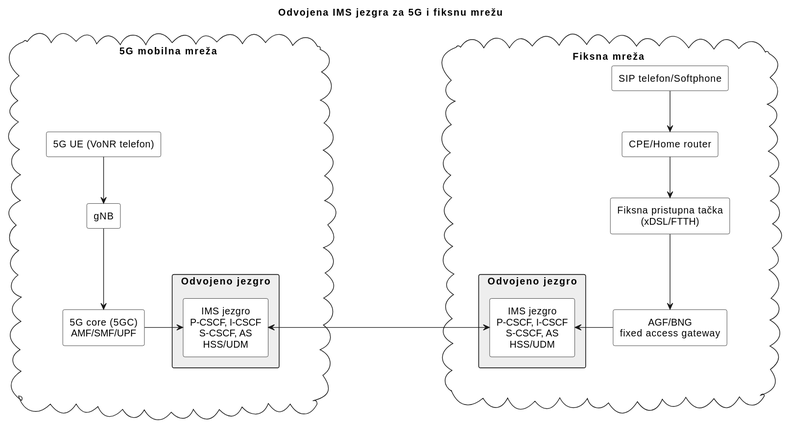
ZakiraZaza/SSMTK_FMC_VoNR_IMS_5G keeps this PlantUML diagram as assets/diagrams/plantuml/images/separate_ims_cores_for_5G_and_fixed_network.svg. Above is the earlier version.
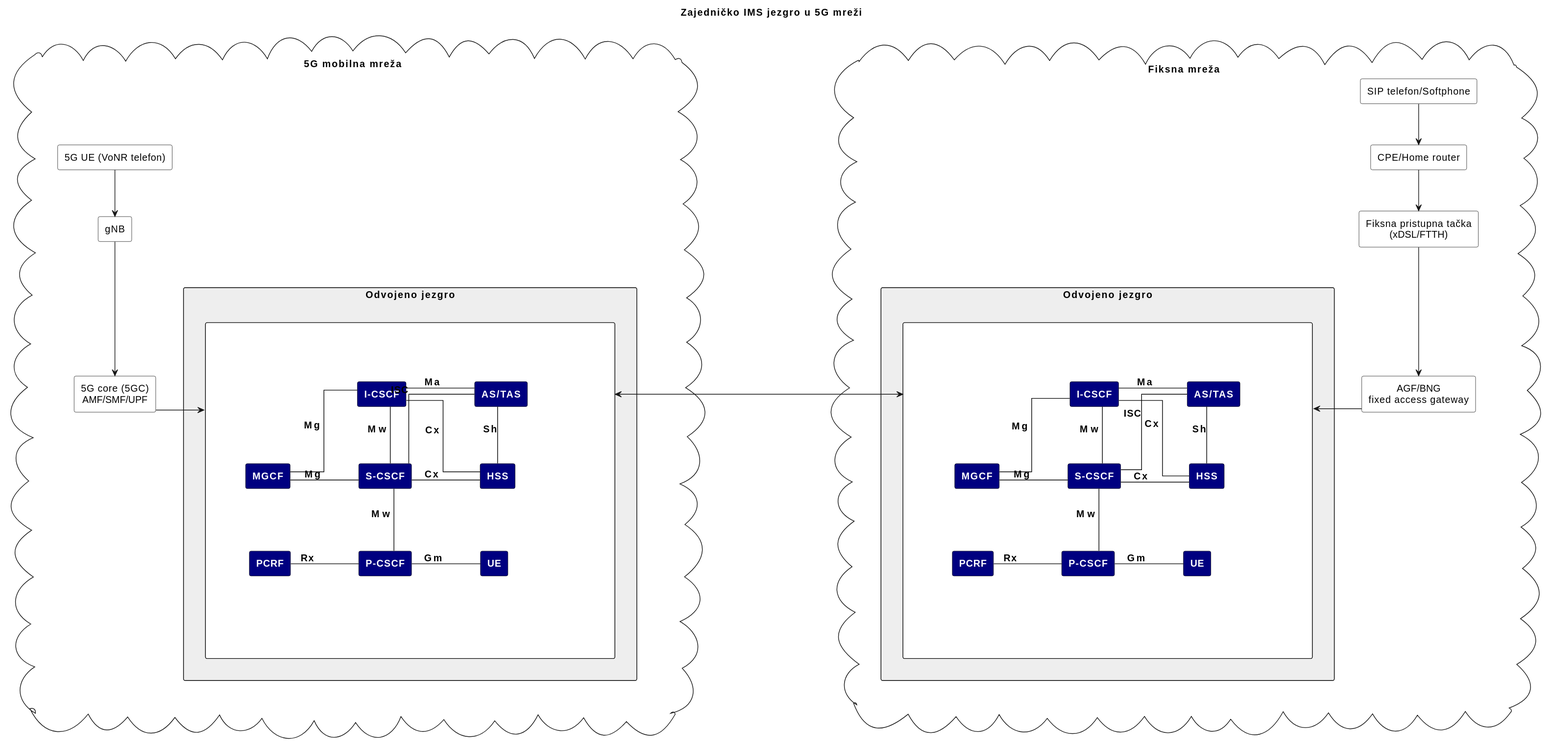
After the commit.

The edit, as a diff of the source:
```diff
@@ -1,7 +1,10 @@
 @startuml
+set separator .
 top to bottom direction
-hide <<hidden>> stereotype
-hide <<core>> stereotype
+hide stereotype
+skinparam linetype ortho
+
+title "Zajedničko IMS jezgro u 5G mreži"
 
 <style>
 rectangle {
@@ -11,8 +14,16 @@
     BackgroundColor transparent
     FontColor transparent
   }
+  .hidden_font {
+    FontColor transparent
+  }
   .core {
     BackgroundColor #EEEEEE
+  }
+  .ims {
+    BackgroundColor navy
+    FontColor white
+    FontStyle bold
   }
 }
 </style>
@@ -22,30 +33,101 @@
   BorderColor<<hidden>> transparent
 }
 
-skinparam linetype ortho
-
-title "Odvojena IMS jezgra za 5G i fiksnu mrežu"
-
 cloud "5G mobilna mreža" as "cloud_1" {
-  rectangle "0" <<hidden>>
+  rectangle "0"<<hidden>>
   rectangle "5G UE (VoNR telefon)" as 1
   rectangle "gNB" as 2
   rectangle "_1"<<hidden>> {
-    rectangle "_2"<<hidden>> {
+    rectangle "_1"<<hidden>> {
       rectangle "5G core (5GC)\nAMF/SMF/UPF" as 3
     }
-    rectangle "Odvojeno jezgro" <<core>> as "sc_1" {
-      rectangle "IMS jezgro\nP-CSCF, I-CSCF\nS-CSCF, AS\nHSS/UDM" as 4_1
+    rectangle "Odvojeno jezgro" <<core>> as odvojeno_jezgro {
+    skinparam NodeSep 100
+      rectangle "_1" <<hidden_font>> as 4 {
+        rectangle "_1"<<hidden>> {
+          rectangle "_1" <<hidden>> {
+
+          }
+          rectangle "I-CSCF" <<ims>> as "_2" {
+
+          }
+          rectangle "AS/TAS" <<ims>> as "_3" {
+
+          }
+        }
+        rectangle "_2"<<hidden>> {
+          rectangle "MGCF" <<ims>> as "_1" {
+
+          }
+          rectangle "S-CSCF" <<ims>> as "_2" {
+
+          }
+          rectangle "HSS" <<ims>> as "_3" {
+
+          }
+        }
+        rectangle "_3"<<hidden>> {
+          rectangle "PCRF" <<ims>> as "_1" {
+
+          }
+          rectangle "P-CSCF" <<ims>> as "_2" {
+
+          }
+          rectangle "UE" <<ims>> as "_3" {
+
+          }
+        }
+        rectangle "_4"<<hidden>> {
+        }
+      }
     }
+
   }
 }
 
 cloud "Fiksna mreža" as "cloud_2" {
-  rectangle "_4"<<hidden>> {
-    rectangle "Odvojeno jezgro" <<core>> as "sc_2" {
-      rectangle "IMS jezgro\nP-CSCF, I-CSCF\nS-CSCF, AS\nHSS/UDM" as 4_2
+  rectangle "_1"<<hidden>> {
+      rectangle "Odvojeno jezgro" <<core>> as odvojeno_jezgro {
+      skinparam NodeSep 100
+      rectangle "_1" <<hidden_font>> as 4 {
+        rectangle "_1"<<hidden>> {
+          rectangle "_1" <<hidden>> {
+
+          }
+          rectangle "I-CSCF" <<ims>> as "_2" {
+
+          }
+          rectangle "AS/TAS" <<ims>> as "_3" {
+
+          }
+        }
+        rectangle "_2"<<hidden>> {
+          rectangle "MGCF" <<ims>> as "_1" {
+
+          }
+          rectangle "S-CSCF" <<ims>> as "_2" {
+
+          }
+          rectangle "HSS" <<ims>> as "_3" {
+
+          }
+        }
+        rectangle "_3"<<hidden>> {
+          rectangle "PCRF" <<ims>> as "_1" {
+
+          }
+          rectangle "P-CSCF" <<ims>> as "_2" {
+
+          }
+          rectangle "UE" <<ims>> as "_3" {
+
+          }
+        }
+        rectangle "_4"<<hidden>> {
+        }
+      }
     }
-    rectangle "_5"<<hidden>> {
+    rectangle "_1"<<hidden>> {
       rectangle "AGF/BNG\nfixed access gateway" as 5
     }
   }
@@ -62,10 +144,52 @@
 0 -[hidden]down-> 1
 1 -down-> 2
 2 -down-> 3
-3 -right-> 4_1
-4_1 <-right-> 4_2
-4_2 <-right- 5
+3 -right-> cloud_1._1.odvojeno_jezgro.4
+cloud_1._1.odvojeno_jezgro.4 <-right-> cloud_2._1.odvojeno_jezgro.4
+cloud_2._1.odvojeno_jezgro.4 <-right- 5
 5 <-up- 6
 6 <-up- 7
 7 <-up- 8
+skinparam {
+  ArrowThickness 1
+  ArrowColor black
+  ArrowFontColor black
+  ArrowFontSize 14
+  ArrowFontStyle bold
+}
+
+cloud_1._1.odvojeno_jezgro.4._1._2 -[hidden]down-> cloud_1._1.odvojeno_jezgro.4._2._2
+cloud_1._1.odvojeno_jezgro.4._2._2 -[hidden]down-> cloud_1._1.odvojeno_jezgro.4._3._2
+cloud_1._1.odvojeno_jezgro.4._3 -[hidden]down-> cloud_1._1.odvojeno_jezgro.4._4
+cloud_1._1.odvojeno_jezgro.4._1._1 -[hidden]right-> cloud_1._1.odvojeno_jezgro.4._1._2
+cloud_1._1.odvojeno_jezgro.4._1._2 -right- cloud_1._1.odvojeno_jezgro.4._1._3: "Ma"
+cloud_1._1.odvojeno_jezgro.4._1._2 -left- cloud_1._1.odvojeno_jezgro.4._2._1: "Mg "
+cloud_1._1.odvojeno_jezgro.4._1._2 -down- cloud_1._1.odvojeno_jezgro.4._2._2: "Mw "
+cloud_1._1.odvojeno_jezgro.4._1._2 -right- cloud_1._1.odvojeno_jezgro.4._2._3: "Cx "
+cloud_1._1.odvojeno_jezgro.4._1._3 -down- cloud_1._1.odvojeno_jezgro.4._2._2: "ISC"
+cloud_1._1.odvojeno_jezgro.4._1._3 -down- cloud_1._1.odvojeno_jezgro.4._2._3: "Sh"
+
+cloud_1._1.odvojeno_jezgro.4._2._1 -right- cloud_1._1.odvojeno_jezgro.4._2._2: "Mg "
+cloud_1._1.odvojeno_jezgro.4._2._2 -right- cloud_1._1.odvojeno_jezgro.4._2._3: "Cx  "
+cloud_1._1.odvojeno_jezgro.4._2._2 -down- cloud_1._1.odvojeno_jezgro.4._3._2: "Mw "
+
+cloud_1._1.odvojeno_jezgro.4._3._1 -right- cloud_1._1.odvojeno_jezgro.4._3._2: " Rx   "
+cloud_1._1.odvojeno_jezgro.4._3._2 -right- cloud_1._1.odvojeno_jezgro.4._3._3: "Gm "
+cloud_2._1.odvojeno_jezgro.4._1._2 -[hidden]down-> cloud_2._1.odvojeno_jezgro.4._2._2
+cloud_2._1.odvojeno_jezgro.4._2._2 -[hidden]down-> cloud_2._1.odvojeno_jezgro.4._3._2
+cloud_2._1.odvojeno_jezgro.4._3 -[hidden]down-> cloud_2._1.odvojeno_jezgro.4._4
+cloud_2._1.odvojeno_jezgro.4._1._1 -[hidden]right-> cloud_2._1.odvojeno_jezgro.4._1._2
+cloud_2._1.odvojeno_jezgro.4._1._2 -right- cloud_2._1.odvojeno_jezgro.4._1._3: "Ma"
+cloud_2._1.odvojeno_jezgro.4._1._2 -left- cloud_2._1.odvojeno_jezgro.4._2._1: "Mg "
+cloud_2._1.odvojeno_jezgro.4._1._2 -down- cloud_2._1.odvojeno_jezgro.4._2._2: "Mw "
+cloud_2._1.odvojeno_jezgro.4._1._2 -right- cloud_2._1.odvojeno_jezgro.4._2._3: "Cx "
+cloud_2._1.odvojeno_jezgro.4._1._3 -down- cloud_2._1.odvojeno_jezgro.4._2._2: "ISC"
+cloud_2._1.odvojeno_jezgro.4._1._3 -down- cloud_2._1.odvojeno_jezgro.4._2._3: "Sh"
+
+cloud_2._1.odvojeno_jezgro.4._2._1 -right- cloud_2._1.odvojeno_jezgro.4._2._2: "Mg "
+cloud_2._1.odvojeno_jezgro.4._2._2 -right- cloud_2._1.odvojeno_jezgro.4._2._3: "Cx  "
+cloud_2._1.odvojeno_jezgro.4._2._2 -down- cloud_2._1.odvojeno_jezgro.4._3._2: "Mw "
+
+cloud_2._1.odvojeno_jezgro.4._3._1 -right- cloud_2._1.odvojeno_jezgro.4._3._2: " Rx   "
+cloud_2._1.odvojeno_jezgro.4._3._2 -right- cloud_2._1.odvojeno_jezgro.4._3._3: "Gm "
 @enduml
```
